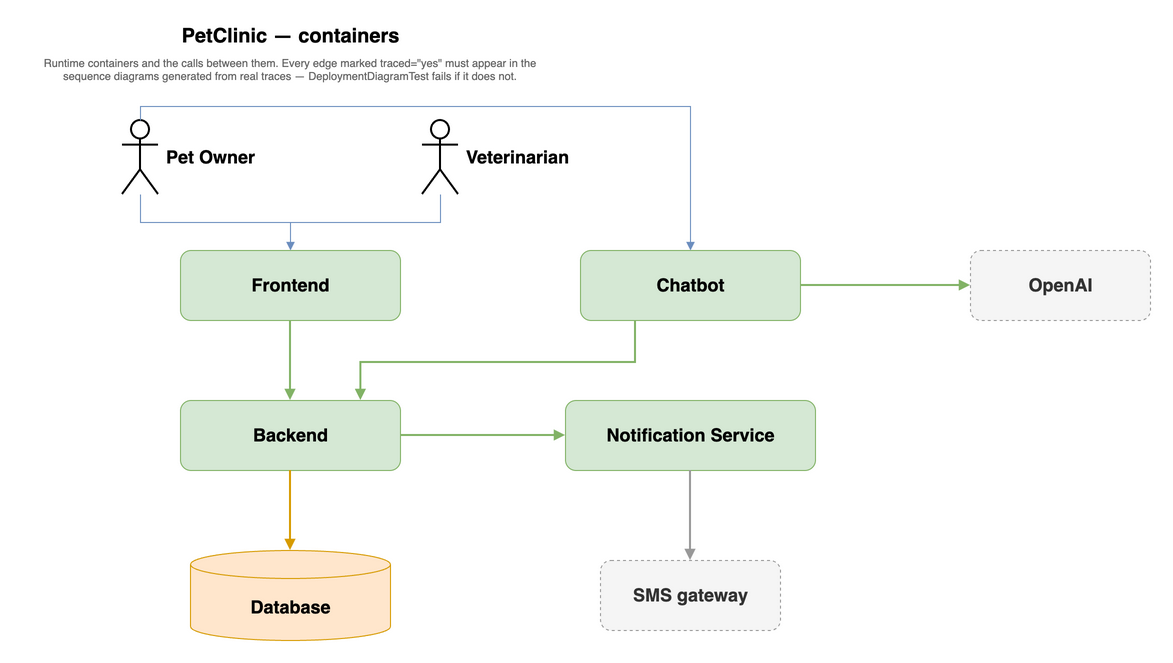
Above: petclinic-backend/docs/Deployment.drawio.png in victorrentea/petclinic (draw.io), before the change. Source tidied: cells renumbered, new cells last; positions are measured from the earlier drawing's top-left corner, leaving out a move shared by most shapes.
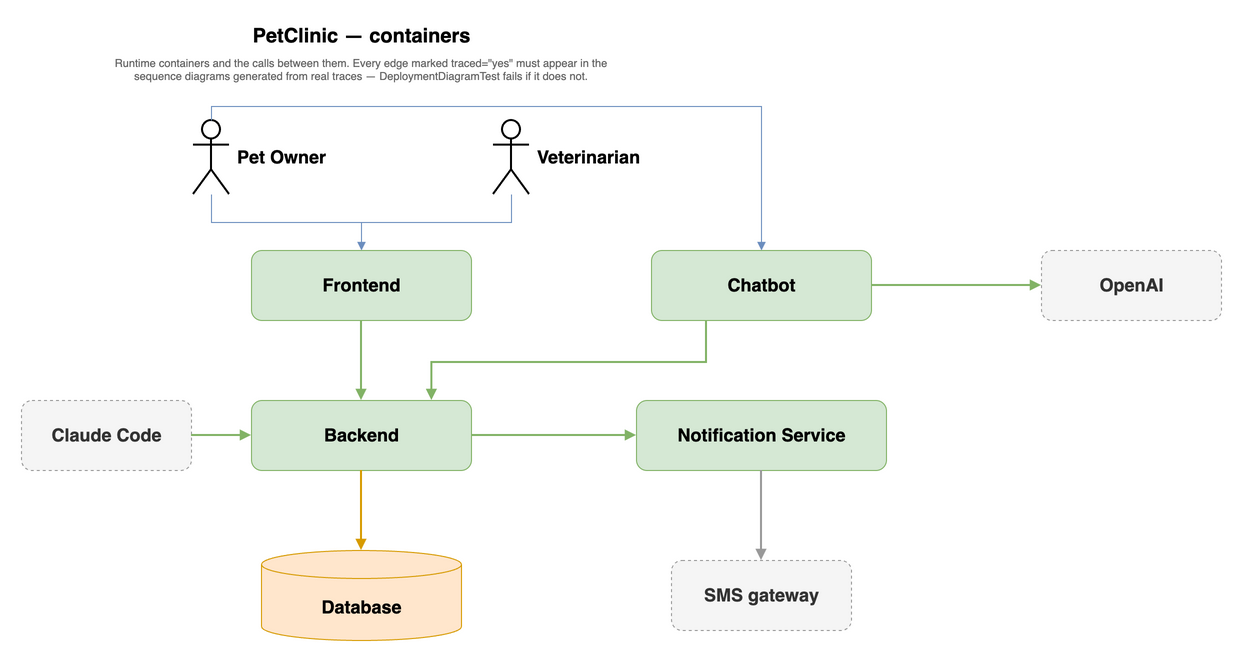
Later version of the same file.

Commit message:
Owners paging (#25): design Q&A, the 50k-owner forecast, Claude Code on the diagram

The edit, as a diff of the source:
```diff
@@ -73,5 +73,11 @@
     <mxCell id="21" style="edgeStyle=orthogonalEdgeStyle;rounded=0;html=1;labelBackgroundColor=#FFFFFF;endArrow=block;strokeWidth=2;strokeColor=#999999;fontSize=11;" parent="1" edge="1" source="13" target="20">
       <mxGeometry relative="1" as="geometry" />
     </mxCell>
+    <mxCell id="22" value="&lt;b&gt;Claude Code&lt;/b&gt;" style="rounded=1;whiteSpace=nowrap;html=1;fillColor=#f5f5f5;strokeColor=#999999;fontColor=#333333;dashed=1;fontSize=18;verticalAlign=middle;fontStyle=1;" parent="1" vertex="1">
+      <mxGeometry x="-70" y="380" width="170" height="70" as="geometry" />
+    </mxCell>
+    <mxCell id="23" style="edgeStyle=orthogonalEdgeStyle;rounded=0;html=1;labelBackgroundColor=#FFFFFF;endArrow=block;strokeWidth=2;strokeColor=#82b366;fontSize=11;" parent="1" edge="1" source="22" target="7">
+      <mxGeometry relative="1" as="geometry" />
+    </mxCell>
   </root>
 </mxGraphModel>
```
